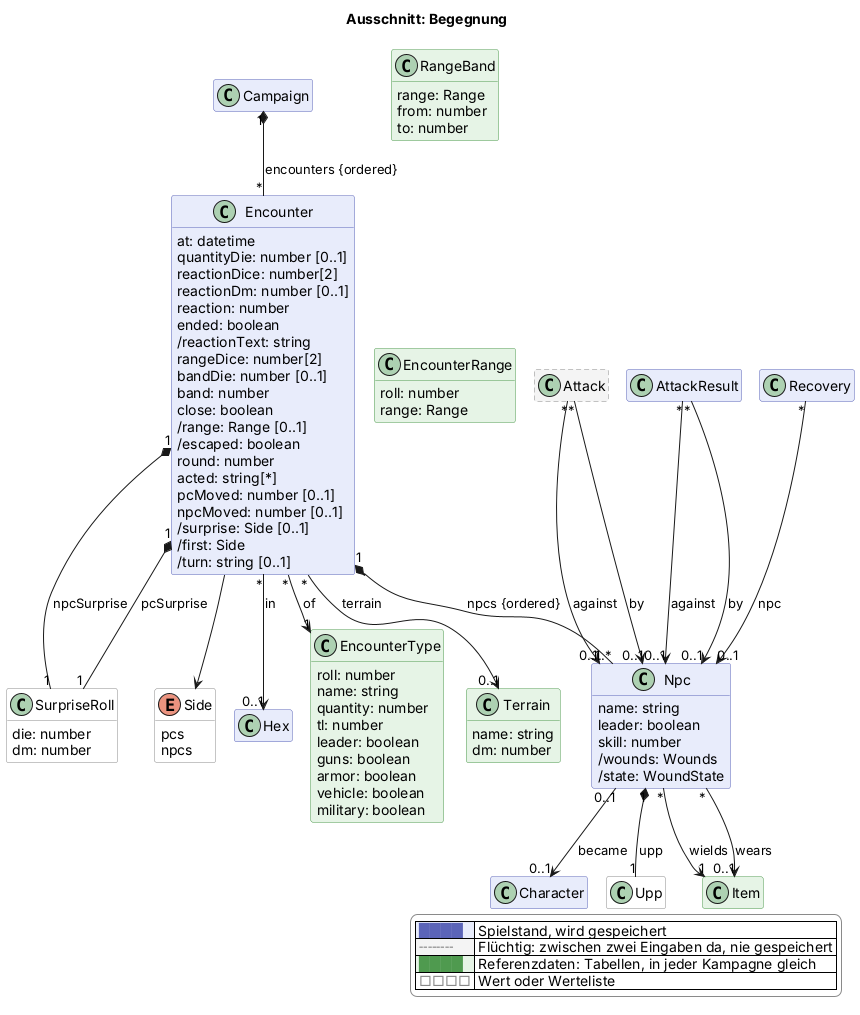
Above: docs/views/begegnung.png in scuzzar/SRE (PlantUML), before the change.
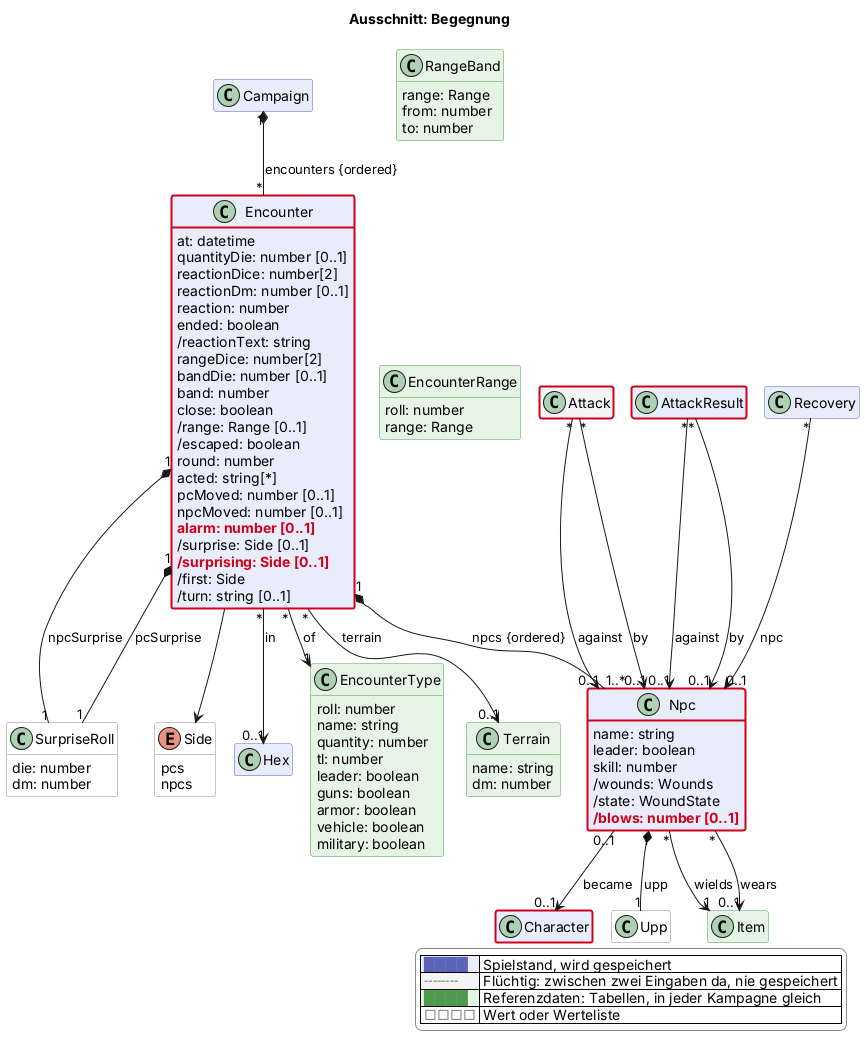
After the change.

Diff of the diagram source:
```diff
@@ -89,7 +89,9 @@
     acted: string[*]
     pcMoved: number [0..1]
     npcMoved: number [0..1]
+    $new("2026-11-07d", "alarm: number [0..1]")
     /surprise: Side [0..1]
+    $new("2026-11-07d", "/surprising: Side [0..1]")
     /first: Side
     /turn: string [0..1]
   }
@@ -120,6 +122,7 @@
     skill: number
     /wounds: Wounds
     /state: WoundState
+    $new("2026-11-07d", "/blows: number [0..1]")
   }
   class EncounterType <<reference>> $begegnung {
     roll: number
@@ -172,4 +175,9 @@
   |<#e6f4e6> <color:#4f9a4f>████</color> | Referenzdaten: Tabellen, in jeder Kampagne gleich |
   |<#ffffff> <color:#8a8a8a>□□□□</color> | Wert oder Werteliste |
 endlegend
+class Character #line:d0021b;line.bold
+class Attack #line:d0021b;line.bold
+class AttackResult #line:d0021b;line.bold
+class Encounter #line:d0021b;line.bold
+class Npc #line:d0021b;line.bold
 @enduml
```
